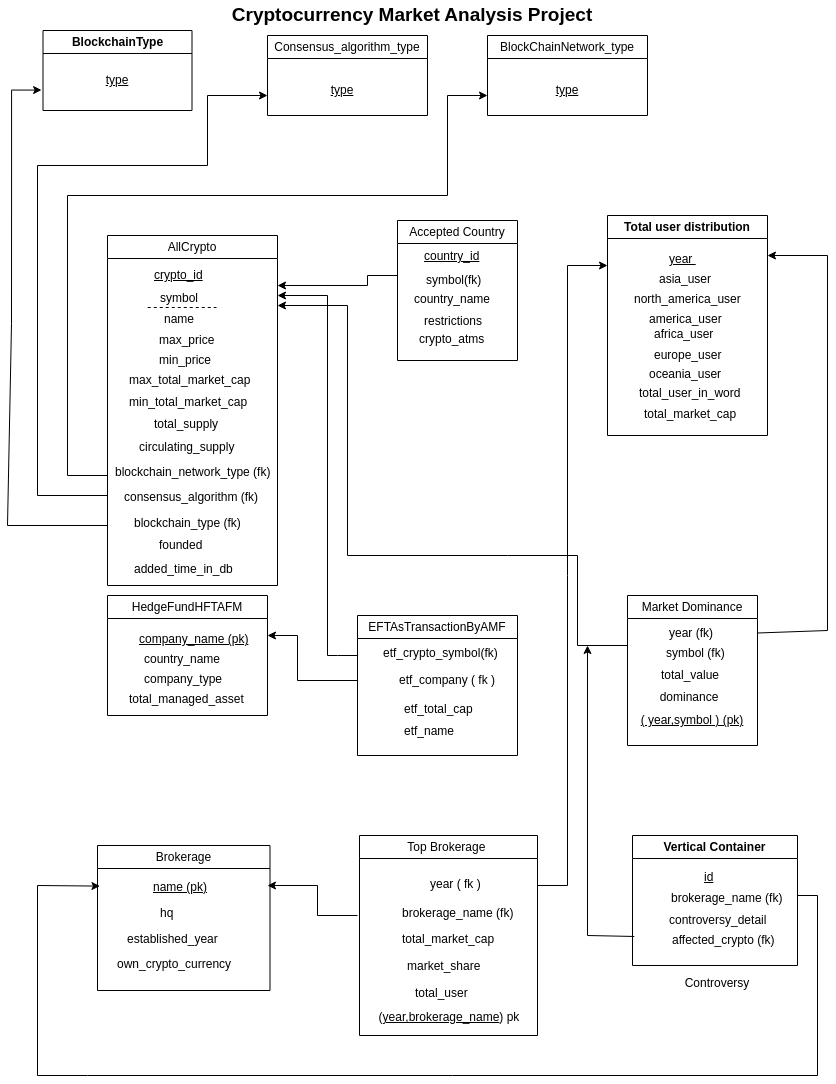
Earlier version of the draw.io export Schema.png (Arannamoy-Mondal/Cryptocurrency-Yearly-Market-Analysis-Using-SQL). Source tidied: cells renumbered, new cells last; positions are measured from the earlier drawing's top-left corner, leaving out a move shared by most shapes.
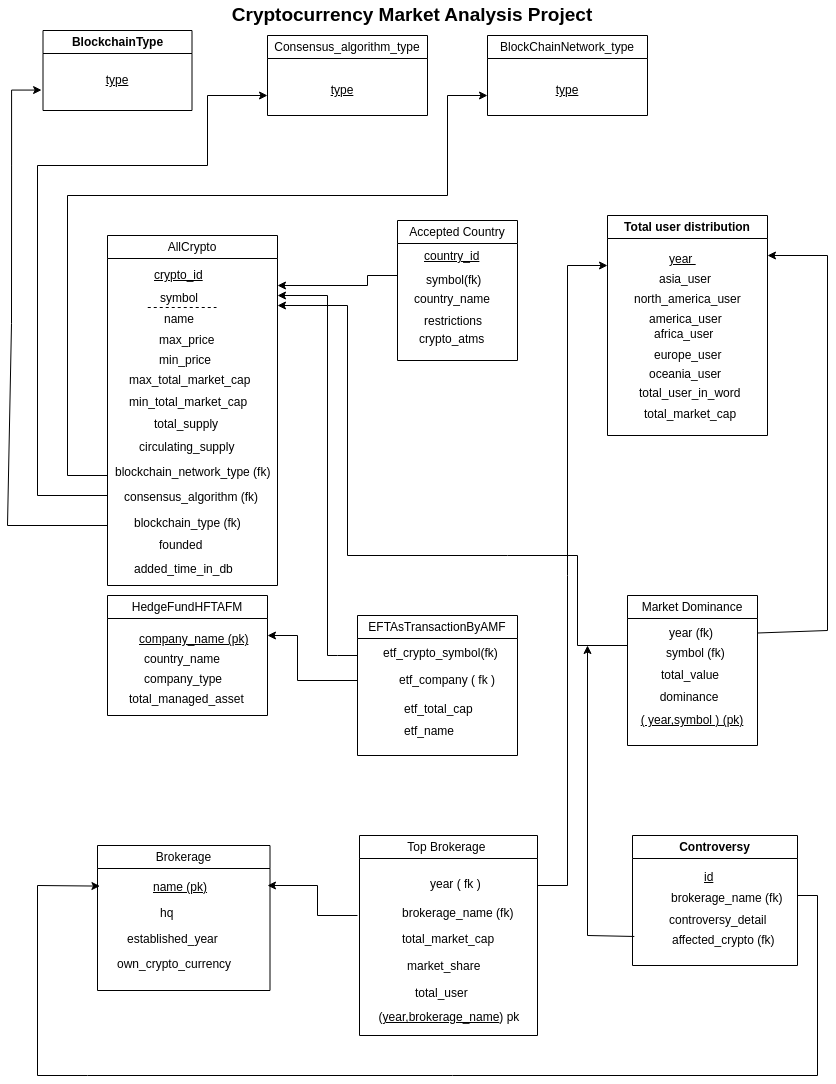
Later version of the same file.

Diff of the diagram source:
```diff
@@ -241,7 +241,7 @@
     <mxCell id="59" value="(&lt;u&gt;year,brokerage_name&lt;/u&gt;) pk" style="text;html=1;align=center;verticalAlign=middle;whiteSpace=wrap;rounded=0;" parent="1" vertex="1">
       <mxGeometry x="347" y="1002" width="190" height="30" as="geometry" />
     </mxCell>
-    <mxCell id="60" value="Controversy&lt;div&gt;&lt;br&gt;&lt;/div&gt;" style="text;html=1;align=center;verticalAlign=middle;whiteSpace=wrap;rounded=0;" parent="1" vertex="1">
+    <mxCell id="60" value="&lt;div&gt;&lt;br&gt;&lt;/div&gt;" style="text;html=1;align=center;verticalAlign=middle;whiteSpace=wrap;rounded=0;" parent="1" vertex="1">
       <mxGeometry x="680" y="975" width="60" height="30" as="geometry" />
     </mxCell>
     <mxCell id="61" value="&lt;u&gt;id&lt;/u&gt;" style="text;whiteSpace=wrap;html=1;" parent="1" vertex="1">
@@ -354,7 +354,7 @@
     <mxCell id="86" value="&lt;span style=&quot;font-weight: 400;&quot;&gt;Top Brokerage&amp;nbsp;&lt;/span&gt;" style="swimlane;whiteSpace=wrap;html=1;" parent="1" vertex="1">
       <mxGeometry x="352" y="835" width="178" height="200" as="geometry" />
     </mxCell>
-    <mxCell id="87" value="Vertical Container" style="swimlane;whiteSpace=wrap;html=1;" parent="1" vertex="1">
+    <mxCell id="87" value="&lt;div&gt;&lt;br&gt;&lt;/div&gt;Controversy&lt;div style=&quot;forced-color-adjust: none; box-shadow: none !important;&quot;&gt;&lt;br style=&quot;forced-color-adjust: none; color: rgb(255, 255, 255); font-family: Helvetica; font-size: 12px; font-style: normal; font-variant-ligatures: normal; font-variant-caps: normal; font-weight: 400; letter-spacing: normal; orphans: 2; text-align: center; text-indent: 0px; text-transform: none; widows: 2; word-spacing: 0px; -webkit-text-stroke-width: 0px; white-space: normal; background-color: rgb(27, 29, 30); text-decoration-thickness: initial; text-decoration-style: initial; text-decoration-color: initial; box-shadow: none !important;&quot;&gt;&lt;/div&gt;" style="swimlane;whiteSpace=wrap;html=1;startSize=23;" parent="1" vertex="1">
       <mxGeometry x="625" y="835" width="165" height="130" as="geometry" />
     </mxCell>
     <mxCell id="88" value="brokerage_name (fk)" style="text;whiteSpace=wrap;html=1;" parent="87" vertex="1">
```
